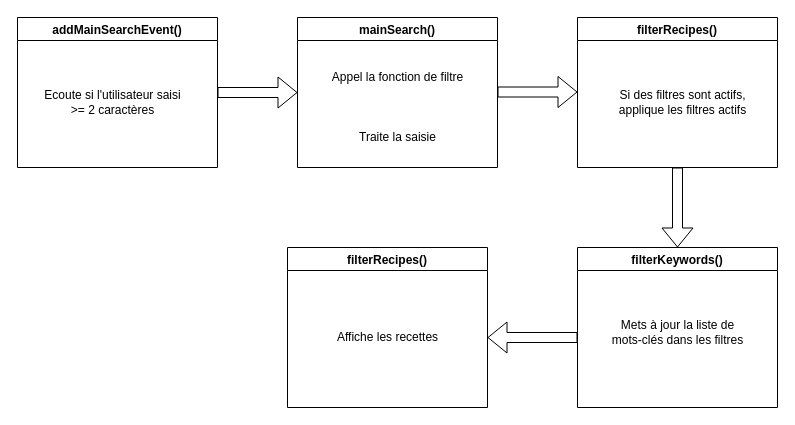
Before: Untitled Diagram 3.drawio in LouisMaupas/LesPetitsPlats, a draw.io diagram. Source tidied: cells renumbered, new cells numbered last; positions are measured from the earlier drawing's top-left corner, leaving out a move shared by most shapes. Both pictures are drawn from the tidied source at 100%, with x=0, y=0 at pixel (17, 17).
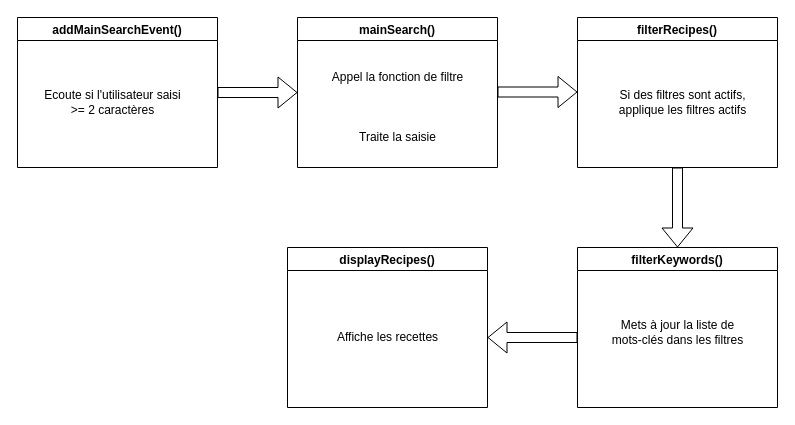
Above is the later version.

Diff of the diagram source:
```diff
@@
-    <mxCell id="12" value="filterRecipes()" style="swimlane;" parent="1" vertex="1">
+    <mxCell id="12" value="displayRecipes()" style="swimlane;" parent="1" vertex="1">
       <mxGeometry x="270" y="230" width="200" height="160" as="geometry" />
     </mxCell>
```
